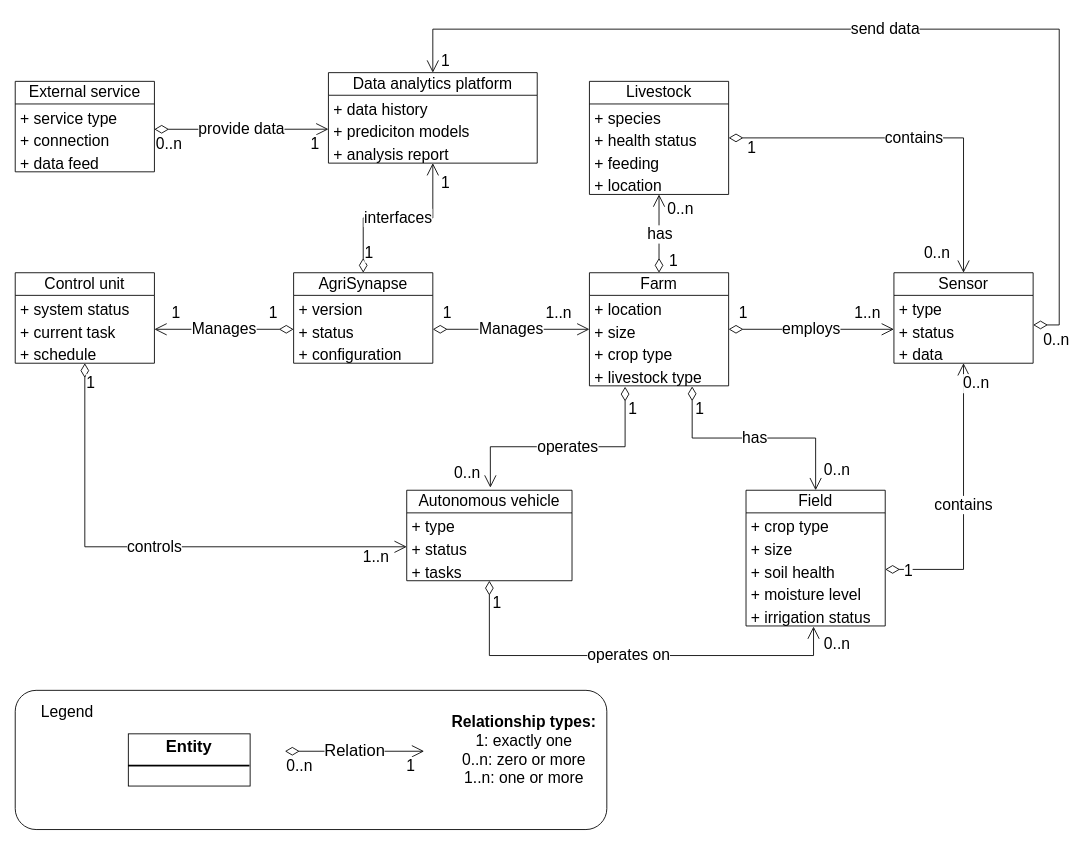
Before: domain_model.drawio in hakotaco/sa-g3, a draw.io diagram. Source tidied: cells renumbered, new cells numbered last; positions are measured from the earlier drawing's top-left corner, leaving out a move shared by most shapes. Both pictures are drawn from the tidied source at 87%, with x=0, y=0 at pixel (15, 29).
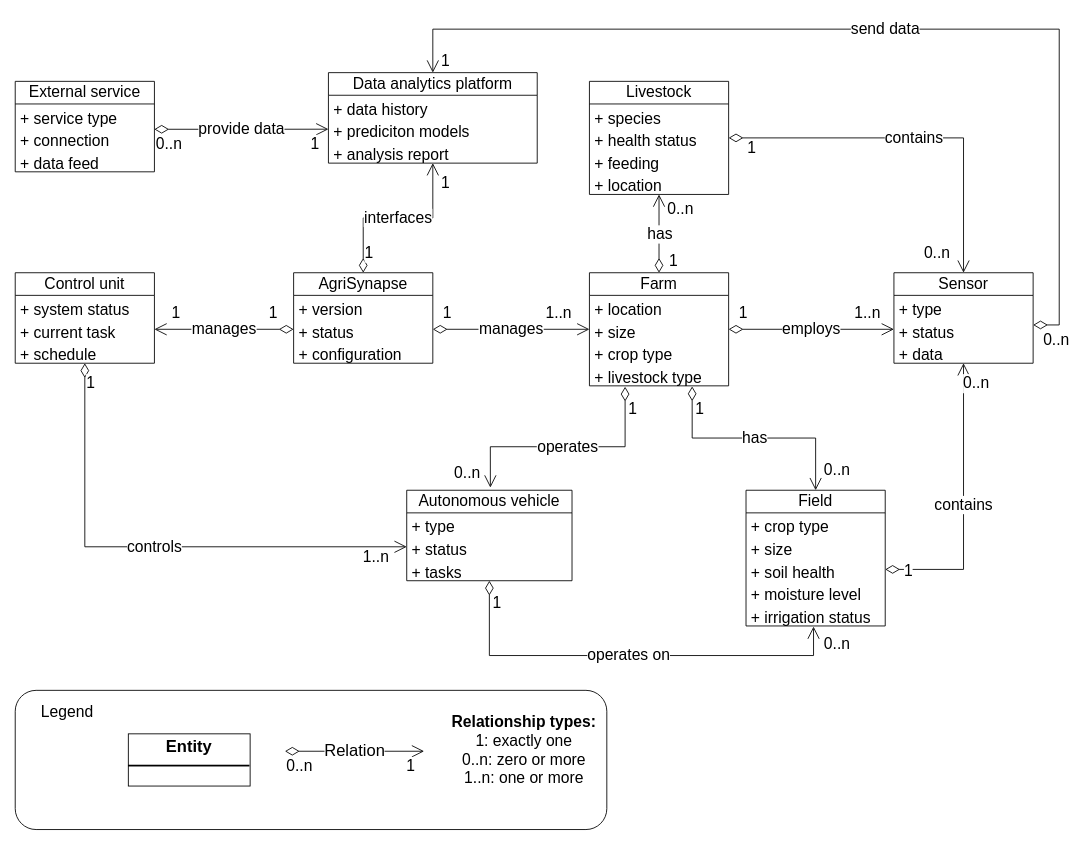
The same page after the edit.

Commit message:
corrected cases

Unchanged cells that the change refers to:
```xml
<mxCell id="4" value="+ status" style="text;strokeColor=none;fillColor=none;align=left;verticalAlign=top;spacingLeft=4;spacingRight=4;overflow=hidden;points=[[0,0.5],[1,0.5]];portConstraint=eastwest;whiteSpace=wrap;html=1;fontSize=18;" parent="2" vertex="1">
  <mxGeometry y="52" width="160" height="26" as="geometry" />
</mxCell>
<mxCell id="8" value="+ size" style="text;strokeColor=none;fillColor=none;align=left;verticalAlign=top;spacingLeft=4;spacingRight=4;overflow=hidden;points=[[0,0.5],[1,0.5]];portConstraint=eastwest;whiteSpace=wrap;html=1;fontSize=18;" parent="6" vertex="1">
  <mxGeometry y="52" width="160" height="26" as="geometry" />
</mxCell>
<mxCell id="21" value="+ current task" style="text;strokeColor=none;fillColor=none;align=left;verticalAlign=top;spacingLeft=4;spacingRight=4;overflow=hidden;points=[[0,0.5],[1,0.5]];portConstraint=eastwest;whiteSpace=wrap;html=1;fontSize=18;" parent="19" vertex="1">
  <mxGeometry y="52" width="160" height="26" as="geometry" />
</mxCell>
```

Diff of the diagram source:
```diff
@@
-    <mxCell id="31" value="Manages" style="endArrow=open;html=1;endSize=12;startArrow=diamondThin;startSize=14;startFill=0;edgeStyle=orthogonalEdgeStyle;rounded=0;entryX=1;entryY=0.5;entryDx=0;entryDy=0;exitX=0;exitY=0.5;exitDx=0;exitDy=0;fontSize=18;" parent="1" edge="1" source="4" target="21">
+    <mxCell id="31" value="manages" style="endArrow=open;html=1;endSize=12;startArrow=diamondThin;startSize=14;startFill=0;edgeStyle=orthogonalEdgeStyle;rounded=0;entryX=1;entryY=0.5;entryDx=0;entryDy=0;exitX=0;exitY=0.5;exitDx=0;exitDy=0;fontSize=18;" parent="1" edge="1" source="4" target="21">
       <mxGeometry relative="1" as="geometry" />
     </mxCell>
@@
-    <mxCell id="37" value="Manages" style="endArrow=open;html=1;endSize=12;startArrow=diamondThin;startSize=14;startFill=0;edgeStyle=orthogonalEdgeStyle;rounded=0;exitX=1;exitY=0.5;exitDx=0;exitDy=0;entryX=0;entryY=0.5;entryDx=0;entryDy=0;fontSize=18;" parent="1" edge="1" source="4" target="8">
+    <mxCell id="37" value="manages" style="endArrow=open;html=1;endSize=12;startArrow=diamondThin;startSize=14;startFill=0;edgeStyle=orthogonalEdgeStyle;rounded=0;exitX=1;exitY=0.5;exitDx=0;exitDy=0;entryX=0;entryY=0.5;entryDx=0;entryDy=0;fontSize=18;" parent="1" edge="1" source="4" target="8">
       <mxGeometry relative="1" as="geometry" />
     </mxCell>
```
